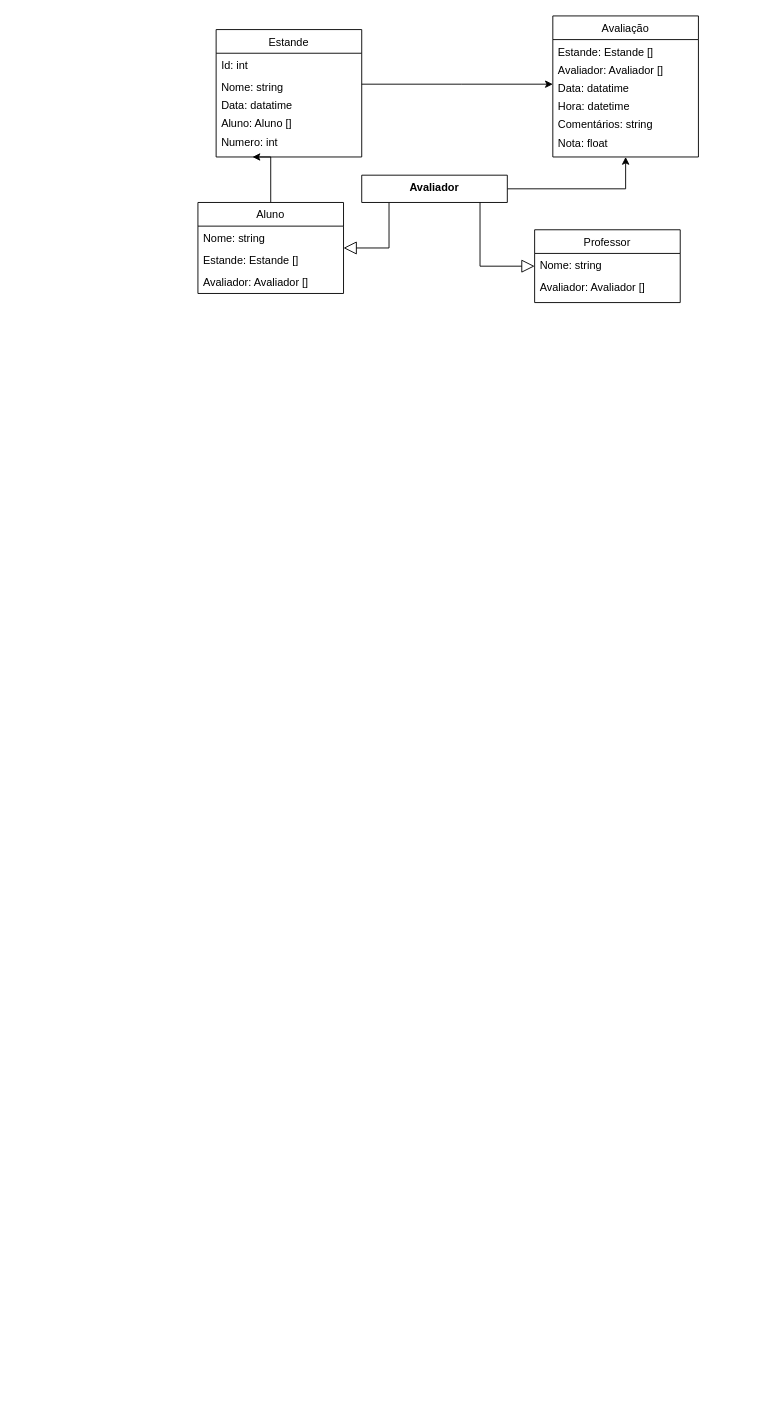
eognus/POO2_projetob1 keeps this draw.io diagram as Diagrama sem nome.drawio. Above is the earlier version. Source tidied: cells renumbered, new cells numbered last; positions are measured from the earlier drawing's top-left corner, leaving out a move shared by most shapes. Both pictures are drawn from the tidied source at 91%, with x=0, y=0 at pixel (197, 15).
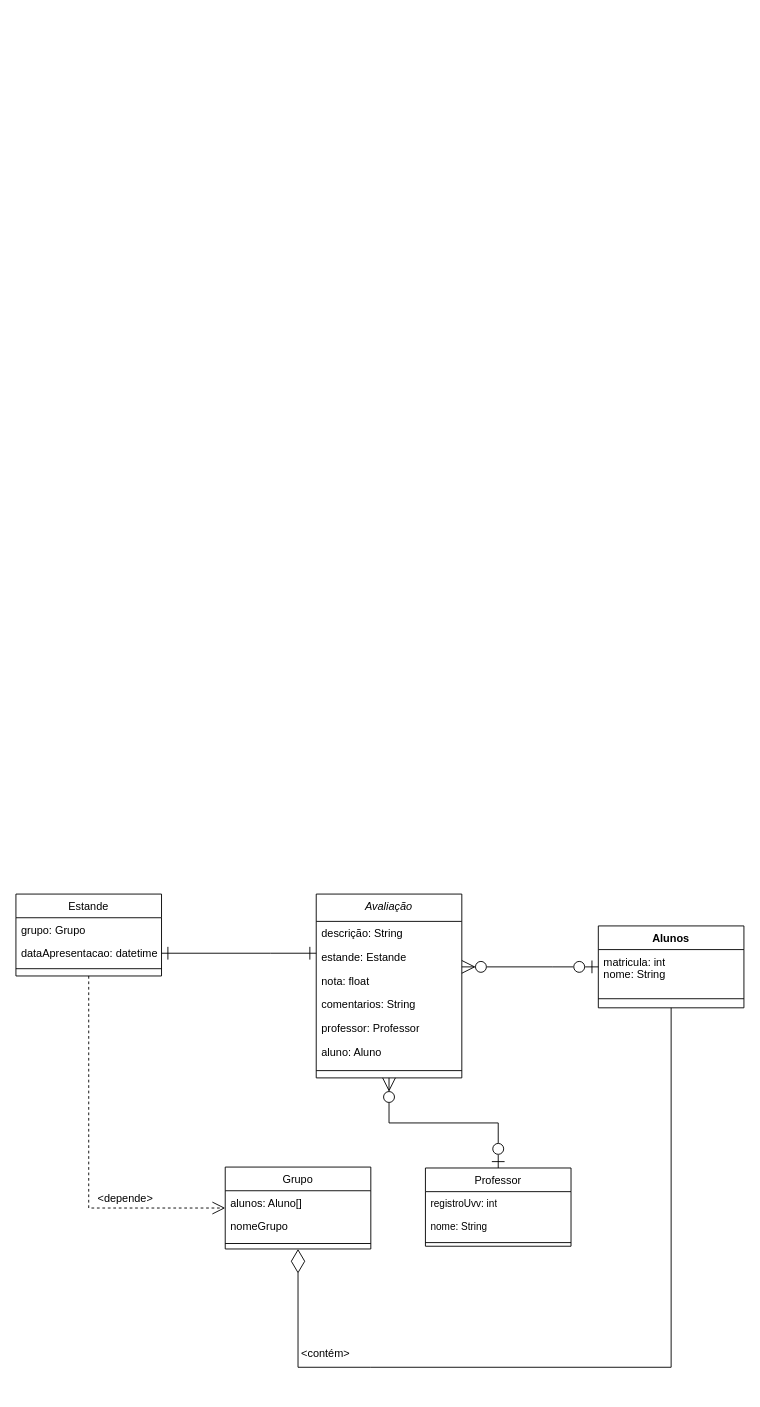
After the change.

What changed in the source:
```diff
@@
+    <mxCell id="29" style="endArrow=diamondThin;endFill=0;endSize=24;html=1;rounded=0;entryX=0.5;entryY=1;entryDx=0;entryDy=0;" parent="1" edge="1" source="46" target="37">
+      <mxGeometry relative="1" as="geometry">
+        <Array as="points">
+          <mxPoint x="520" y="1485" />
+          <mxPoint x="190" y="1485" />
+          <mxPoint x="110" y="1485" />
+        </Array>
+      </mxGeometry>
+    </mxCell>
-    <mxCell id="2" value="Avaliação" style="swimlane;fontStyle=0;align=center;verticalAlign=top;horizontal=1;startSize=26;rounded=0;shadow=0;strokeWidth=1;" parent="1" vertex="1">
-      <mxGeometry x="390" width="160" height="155" as="geometry" />
+    <mxCell id="2" value="Avaliação" style="swimlane;fontStyle=2;align=center;verticalAlign=top;horizontal=1;startSize=30;rounded=0;shadow=0;strokeWidth=1;" parent="1" vertex="1">
+      <mxGeometry x="130" y="965" width="160" height="202" as="geometry" />
     </mxCell>
-    <mxCell id="3" value="Estande: Estande []&#10;" style="text;align=left;verticalAlign=top;spacingLeft=4;spacingRight=4;overflow=hidden;rounded=0;shadow=0;html=0;" parent="2" vertex="1">
-      <mxGeometry y="26" width="160" height="20" as="geometry" />
-    </mxCell>
-    <mxCell id="4" value="Avaliador: Avaliador []" style="text;align=left;verticalAlign=top;spacingLeft=4;spacingRight=4;overflow=hidden;rounded=0;shadow=0;html=0;" parent="2" vertex="1">
-      <mxGeometry y="46" width="160" height="20" as="geometry" />
-    </mxCell>
-    <mxCell id="5" value="Data: datatime" style="text;align=left;verticalAlign=top;spacingLeft=4;spacingRight=4;overflow=hidden;" parent="2" vertex="1">
-      <mxGeometry y="66" width="160" height="20" as="geometry" />
-    </mxCell>
-    <mxCell id="6" value="Hora: datetime" style="text;align=left;verticalAlign=top;spacingLeft=4;spacingRight=4;overflow=hidden;rounded=0;shadow=0;html=0;" parent="2" vertex="1">
-      <mxGeometry y="86" width="160" height="20" as="geometry" />
-    </mxCell>
-    <mxCell id="7" value="Comentários: string" style="text;align=left;verticalAlign=top;spacingLeft=4;spacingRight=4;overflow=hidden;" parent="2" vertex="1">
-      <mxGeometry y="106" width="160" height="20" as="geometry" />
-    </mxCell>
-    <mxCell id="8" value="Nota: float" style="text;align=left;verticalAlign=top;spacingLeft=4;spacingRight=4;overflow=hidden;" parent="2" vertex="1">
-      <mxGeometry y="126" width="160" height="24" as="geometry" />
-    </mxCell>
-    <mxCell id="9" style="edgeStyle=orthogonalEdgeStyle;rounded=0;jettySize=auto;html=1;entryX=0.25;entryY=1;entryDx=0;entryDy=0;" parent="1" edge="1" source="10" target="18">
-      <mxGeometry relative="1" as="geometry">
-        <Array as="points">
-          <mxPoint x="80" y="155" />
-        </Array>
-      </mxGeometry>
-    </mxCell>
-    <mxCell id="10" value="Aluno" style="swimlane;fontStyle=0;align=center;verticalAlign=top;horizontal=1;startSize=26;rounded=0;shadow=0;strokeWidth=1;" parent="1" vertex="1">
-      <mxGeometry y="205" width="160" height="100" as="geometry" />
-    </mxCell>
-    <mxCell id="11" value="Nome: string " style="text;align=left;verticalAlign=top;spacingLeft=4;spacingRight=4;overflow=hidden;" parent="10" vertex="1">
-      <mxGeometry y="26" width="160" height="24" as="geometry" />
-    </mxCell>
-    <mxCell id="12" value="Estande: Estande []" style="text;align=left;verticalAlign=top;spacingLeft=4;spacingRight=4;overflow=hidden;" parent="10" vertex="1">
-      <mxGeometry y="50" width="160" height="24" as="geometry" />
-    </mxCell>
-    <mxCell id="13" value="Avaliador: Avaliador []" style="text;align=left;verticalAlign=top;spacingLeft=4;spacingRight=4;overflow=hidden;" parent="10" vertex="1">
-      <mxGeometry y="74" width="160" height="24" as="geometry" />
-    </mxCell>
+    <mxCell id="30" value="descrição: String" style="text;strokeColor=none;fillColor=none;align=left;verticalAlign=top;spacingLeft=4;spacingRight=4;overflow=hidden;whiteSpace=wrap;html=1;" parent="2" vertex="1">
+      <mxGeometry y="30" width="160" height="26" as="geometry" />
+    </mxCell>
+    <mxCell id="31" value="estande: Estande" style="text;strokeColor=none;fillColor=none;align=left;verticalAlign=top;spacingLeft=4;spacingRight=4;overflow=hidden;whiteSpace=wrap;html=1;" parent="2" vertex="1">
+      <mxGeometry y="56" width="160" height="26" as="geometry" />
+    </mxCell>
+    <mxCell id="32" value="nota: float" style="text;strokeColor=none;fillColor=none;align=left;verticalAlign=top;spacingLeft=4;spacingRight=4;overflow=hidden;whiteSpace=wrap;html=1;" parent="2" vertex="1">
+      <mxGeometry y="82" width="160" height="26" as="geometry" />
+    </mxCell>
+    <mxCell id="33" value="comentarios: String" style="text;strokeColor=none;fillColor=none;align=left;verticalAlign=top;spacingLeft=4;spacingRight=4;overflow=hidden;whiteSpace=wrap;html=1;" parent="2" vertex="1">
+      <mxGeometry y="108" width="160" height="26" as="geometry" />
+    </mxCell>
+    <mxCell id="34" value="professor:&amp;nbsp;Professor" style="text;strokeColor=none;fillColor=none;align=left;verticalAlign=top;spacingLeft=4;spacingRight=4;overflow=hidden;whiteSpace=wrap;html=1;" parent="2" vertex="1">
+      <mxGeometry y="134" width="160" height="26" as="geometry" />
+    </mxCell>
+    <mxCell id="35" value="aluno: Aluno" style="text;strokeColor=none;fillColor=none;align=left;verticalAlign=top;spacingLeft=4;spacingRight=4;overflow=hidden;whiteSpace=wrap;html=1;" parent="2" vertex="1">
+      <mxGeometry y="160" width="160" height="26" as="geometry" />
+    </mxCell>
+    <mxCell id="36" style="line;html=1;strokeWidth=1;align=left;verticalAlign=middle;spacingTop=-1;spacingLeft=3;spacingRight=3;labelPosition=right;" parent="2" vertex="1">
+      <mxGeometry y="186" width="160" height="16" as="geometry" />
+    </mxCell>
+    <mxCell id="37" value="Grupo" style="swimlane;fontStyle=0;align=center;verticalAlign=top;horizontal=1;startSize=26;rounded=0;shadow=0;strokeWidth=1;" parent="1" vertex="1">
+      <mxGeometry x="30" y="1265" width="160" height="90" as="geometry" />
+    </mxCell>
+    <mxCell id="38" value="alunos: Aluno[]" style="text;align=left;verticalAlign=top;spacingLeft=4;spacingRight=4;overflow=hidden;" parent="37" vertex="1">
+      <mxGeometry y="26" width="160" height="26" as="geometry" />
+    </mxCell>
+    <mxCell id="39" value="nomeGrupo" style="text;align=left;verticalAlign=top;spacingLeft=4;spacingRight=4;overflow=hidden;rounded=0;shadow=0;html=0;" parent="37" vertex="1">
+      <mxGeometry y="52" width="160" height="26" as="geometry" />
+    </mxCell>
+    <mxCell id="40" style="line;html=1;strokeWidth=1;align=left;verticalAlign=middle;spacingTop=-1;spacingLeft=3;spacingRight=3;labelPosition=right;" parent="37" vertex="1">
+      <mxGeometry y="78" width="160" height="12" as="geometry" />
+    </mxCell>
+    <mxCell id="41" style="edgeStyle=orthogonalEdgeStyle;rounded=0;jettySize=auto;html=1;startArrow=ERzeroToOne;startFill=0;endArrow=ERzeroToMany;endFill=0;endSize=12;startSize=12;" parent="1" edge="1" source="14" target="2">
+      <mxGeometry relative="1" as="geometry" />
+    </mxCell>
+    <mxCell id="18" value="Estande" style="swimlane;fontStyle=0;align=center;verticalAlign=top;horizontal=1;startSize=26;rounded=0;shadow=0;strokeWidth=1;" parent="1" vertex="1">
+      <mxGeometry x="-200" y="965" width="160" height="90" as="geometry" />
+    </mxCell>
+    <mxCell id="42" value="grupo: Grupo" style="text;align=left;verticalAlign=top;spacingLeft=4;spacingRight=4;overflow=hidden;rounded=0;shadow=0;html=0;" parent="18" vertex="1">
+      <mxGeometry y="26" width="160" height="26" as="geometry" />
+    </mxCell>
+    <mxCell id="43" value="dataApresentacao: datetime" style="text;align=left;verticalAlign=top;spacingLeft=4;spacingRight=4;overflow=hidden;points=[[0,0.5],[1,0.5]];portConstraint=eastwest;rounded=0;shadow=0;html=0;" parent="18" vertex="1">
+      <mxGeometry y="52" width="160" height="26" as="geometry" />
+    </mxCell>
+    <mxCell id="44" style="line;html=1;strokeWidth=1;align=left;verticalAlign=middle;spacingTop=-1;spacingLeft=3;spacingRight=3;labelPosition=right;" parent="18" vertex="1">
+      <mxGeometry y="78" width="160" height="8" as="geometry" />
+    </mxCell>
+    <mxCell id="45" style="edgeStyle=orthogonalEdgeStyle;rounded=0;jettySize=auto;html=1;startArrow=ERzeroToOne;startFill=0;endArrow=ERzeroToMany;endFill=0;endSize=12;startSize=12;" parent="1" edge="1" source="46" target="2">
+      <mxGeometry relative="1" as="geometry">
+        <Array as="points">
+          <mxPoint x="390" y="1045" />
+          <mxPoint x="390" y="1045" />
+        </Array>
+      </mxGeometry>
+    </mxCell>
+    <mxCell id="46" value="Alunos" style="swimlane;fontStyle=1;align=center;verticalAlign=top;horizontal=1;startSize=26;whiteSpace=wrap;html=1;" parent="1" vertex="1">
+      <mxGeometry x="440" y="1000" width="160" height="90" as="geometry" />
+    </mxCell>
+    <mxCell id="47" value="matricula: int&lt;br&gt;nome: String" style="text;strokeColor=none;fillColor=none;align=left;verticalAlign=top;spacingLeft=4;spacingRight=4;overflow=hidden;whiteSpace=wrap;html=1;" parent="46" vertex="1">
+      <mxGeometry y="26" width="160" height="44" as="geometry" />
+    </mxCell>
+    <mxCell id="48" style="line;strokeWidth=1;fillColor=none;align=left;verticalAlign=middle;spacingTop=-1;spacingLeft=3;spacingRight=3;labelPosition=right;strokeColor=inherit;" parent="46" vertex="1">
+      <mxGeometry y="70" width="160" height="20" as="geometry" />
+    </mxCell>
+    <mxCell id="49" value="&amp;lt;depende&amp;gt;" style="text;html=1;align=center;verticalAlign=middle;strokeColor=none;fillColor=none;" parent="1" vertex="1">
+      <mxGeometry x="-120" y="1285" width="80" height="30" as="geometry" />
+    </mxCell>
+    <mxCell id="50" value="&amp;lt;contém&amp;gt;" style="text;html=1;align=center;verticalAlign=middle;strokeColor=none;fillColor=none;" parent="1" vertex="1">
+      <mxGeometry x="100" y="1455" width="80" height="30" as="geometry" />
+    </mxCell>
+    <mxCell id="51" style="endArrow=open;endSize=12;dashed=1;html=1;rounded=0;" parent="1" edge="1" source="18" target="37">
+      <mxGeometry relative="1" as="geometry">
+        <Array as="points">
+          <mxPoint x="-120" y="1310" />
+        </Array>
+      </mxGeometry>
+    </mxCell>
+    <mxCell id="52" style="edgeStyle=orthogonalEdgeStyle;rounded=0;jettySize=auto;html=1;endArrow=ERone;endFill=0;startArrow=ERone;startFill=0;endSize=12;startSize=12;" parent="1" edge="1" source="43" target="2">
+      <mxGeometry relative="1" as="geometry">
+        <Array as="points">
+          <mxPoint x="80" y="1030" />
+          <mxPoint x="80" y="1030" />
+        </Array>
+      </mxGeometry>
+    </mxCell>
-    <mxCell id="14" value="Professor" style="swimlane;fontStyle=0;align=center;verticalAlign=top;horizontal=1;startSize=26;rounded=0;shadow=0;strokeWidth=1;" parent="1" vertex="1">
-      <mxGeometry x="370" y="235" width="160" height="80" as="geometry" />
+    <mxCell id="14" value="&lt;span style=&quot;font-weight: normal;&quot;&gt;&lt;font style=&quot;font-size: 12px;&quot;&gt;Professor&lt;/font&gt;&lt;/span&gt;" style="swimlane;fontStyle=1;align=center;verticalAlign=top;horizontal=1;startSize=26;whiteSpace=wrap;html=1;fontFamily=Helvetica;fontSize=11;fontColor=default;" parent="1" vertex="1">
+      <mxGeometry x="250" y="1266" width="160" height="86" as="geometry" />
     </mxCell>
-    <mxCell id="15" value="Nome: string&#10;" style="text;align=left;verticalAlign=top;spacingLeft=4;spacingRight=4;overflow=hidden;" parent="14" vertex="1">
-      <mxGeometry y="26" width="160" height="24" as="geometry" />
-    </mxCell>
-    <mxCell id="16" value="Avaliador: Avaliador []" style="text;align=left;verticalAlign=top;spacingLeft=4;spacingRight=4;overflow=hidden;" parent="14" vertex="1">
-      <mxGeometry y="50" width="160" height="24" as="geometry" />
-    </mxCell>
-    <mxCell id="17" style="edgeStyle=orthogonalEdgeStyle;rounded=0;jettySize=auto;html=1;" parent="1" edge="1" source="18" target="2">
-      <mxGeometry relative="1" as="geometry">
-        <Array as="points">
-          <mxPoint x="290" y="75" />
-          <mxPoint x="290" y="75" />
-        </Array>
-      </mxGeometry>
-    </mxCell>
-    <mxCell id="18" value="Estande" style="swimlane;fontStyle=0;align=center;verticalAlign=top;horizontal=1;startSize=26;rounded=0;shadow=0;strokeWidth=1;" parent="1" vertex="1">
-      <mxGeometry x="20" y="15" width="160" height="140" as="geometry" />
-    </mxCell>
-    <mxCell id="19" value="Id: int" style="text;align=left;verticalAlign=top;spacingLeft=4;spacingRight=4;overflow=hidden;" parent="18" vertex="1">
-      <mxGeometry y="26" width="160" height="24" as="geometry" />
-    </mxCell>
-    <mxCell id="20" style="line;html=1;strokeWidth=1;align=left;verticalAlign=middle;spacingTop=-1;spacingLeft=3;spacingRight=3;labelPosition=right;" parent="18" vertex="1">
-      <mxGeometry y="50" width="160" as="geometry" />
-    </mxCell>
-    <mxCell id="21" value="Nome: string" style="text;align=left;verticalAlign=top;spacingLeft=4;spacingRight=4;overflow=hidden;" parent="18" vertex="1">
-      <mxGeometry y="50" width="160" height="20" as="geometry" />
-    </mxCell>
-    <mxCell id="22" value="Data: datatime" style="text;align=left;verticalAlign=top;spacingLeft=4;spacingRight=4;overflow=hidden;" parent="18" vertex="1">
-      <mxGeometry y="70" width="160" height="20" as="geometry" />
-    </mxCell>
-    <mxCell id="23" value="Aluno: Aluno []" style="text;align=left;verticalAlign=top;spacingLeft=4;spacingRight=4;overflow=hidden;" parent="18" vertex="1">
-      <mxGeometry y="90" width="160" height="20" as="geometry" />
-    </mxCell>
-    <mxCell id="24" value="Numero: int" style="text;align=left;verticalAlign=top;spacingLeft=4;spacingRight=4;overflow=hidden;" parent="18" vertex="1">
-      <mxGeometry y="110" width="160" height="20" as="geometry" />
-    </mxCell>
-    <mxCell id="25" style="edgeStyle=orthogonalEdgeStyle;rounded=0;jettySize=auto;html=1;" parent="1" edge="1" source="27" target="2">
-      <mxGeometry relative="1" as="geometry" />
-    </mxCell>
-    <mxCell id="26" style="edgeStyle=orthogonalEdgeStyle;rounded=0;jettySize=auto;html=1;endArrow=block;endFill=0;endSize=12;startSize=12;" parent="1" edge="1" source="27" target="10">
-      <mxGeometry relative="1" as="geometry">
-        <Array as="points">
-          <mxPoint x="210" y="255" />
-        </Array>
-      </mxGeometry>
-    </mxCell>
-    <mxCell id="27" value="Avaliador" style="swimlane;fontStyle=1;align=center;verticalAlign=top;horizontal=1;startSize=30;whiteSpace=wrap;html=1;" parent="1" vertex="1">
-      <mxGeometry x="180" y="175" width="160" height="30" as="geometry" />
-    </mxCell>
-    <mxCell id="28" style="endArrow=block;html=1;endSize=12;startArrow=none;startSize=14;startFill=0;edgeStyle=orthogonalEdgeStyle;align=left;verticalAlign=bottom;rounded=0;endFill=0;" parent="1" edge="1" source="27" target="14">
-      <mxGeometry x="-1" y="11" relative="1" as="geometry">
-        <Array as="points">
-          <mxPoint x="310" y="275" />
-        </Array>
-        <mxPoint x="-1" y="-4" as="offset" />
-      </mxGeometry>
-    </mxCell>
+    <mxCell id="53" value="registroUvv: int" style="text;strokeColor=none;fillColor=none;align=left;verticalAlign=top;spacingLeft=4;spacingRight=4;overflow=hidden;whiteSpace=wrap;html=1;fontSize=11;fontFamily=Helvetica;fontColor=default;" parent="14" vertex="1">
+      <mxGeometry y="26" width="160" height="26" as="geometry" />
+    </mxCell>
+    <mxCell id="54" value="nome: String" style="text;strokeColor=none;fillColor=none;align=left;verticalAlign=top;spacingLeft=4;spacingRight=4;overflow=hidden;whiteSpace=wrap;html=1;fontSize=11;fontFamily=Helvetica;fontColor=default;" parent="14" vertex="1">
+      <mxGeometry y="52" width="160" height="26" as="geometry" />
+    </mxCell>
+    <mxCell id="55" style="line;strokeWidth=1;fillColor=none;align=left;verticalAlign=middle;spacingTop=-1;spacingLeft=3;spacingRight=3;labelPosition=right;strokeColor=inherit;fontFamily=Helvetica;fontSize=11;fontColor=default;" parent="14" vertex="1">
+      <mxGeometry y="78" width="160" height="8" as="geometry" />
+    </mxCell>
```
